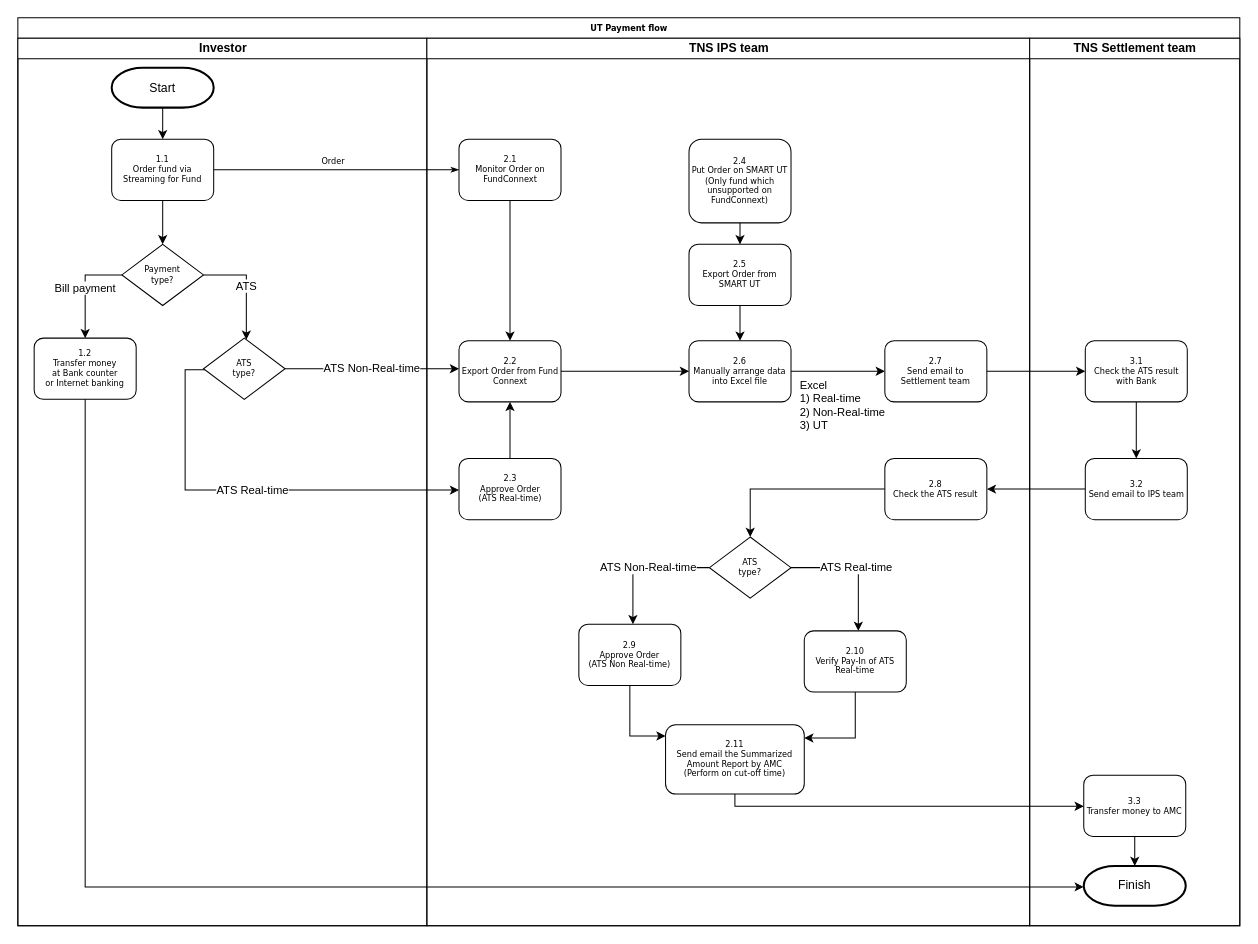
Above: page "Payment-AS-IS" (1 of 2) of UT Diagram.drawio in peerapongdev/diagrams (draw.io), before the change. Source tidied: cells renumbered, new cells numbered last; positions are measured from the earlier drawing's top-left corner, leaving out a move shared by most shapes. Both pictures are drawn from the tidied source at 102%, with x=0, y=0 at pixel (17, 17).
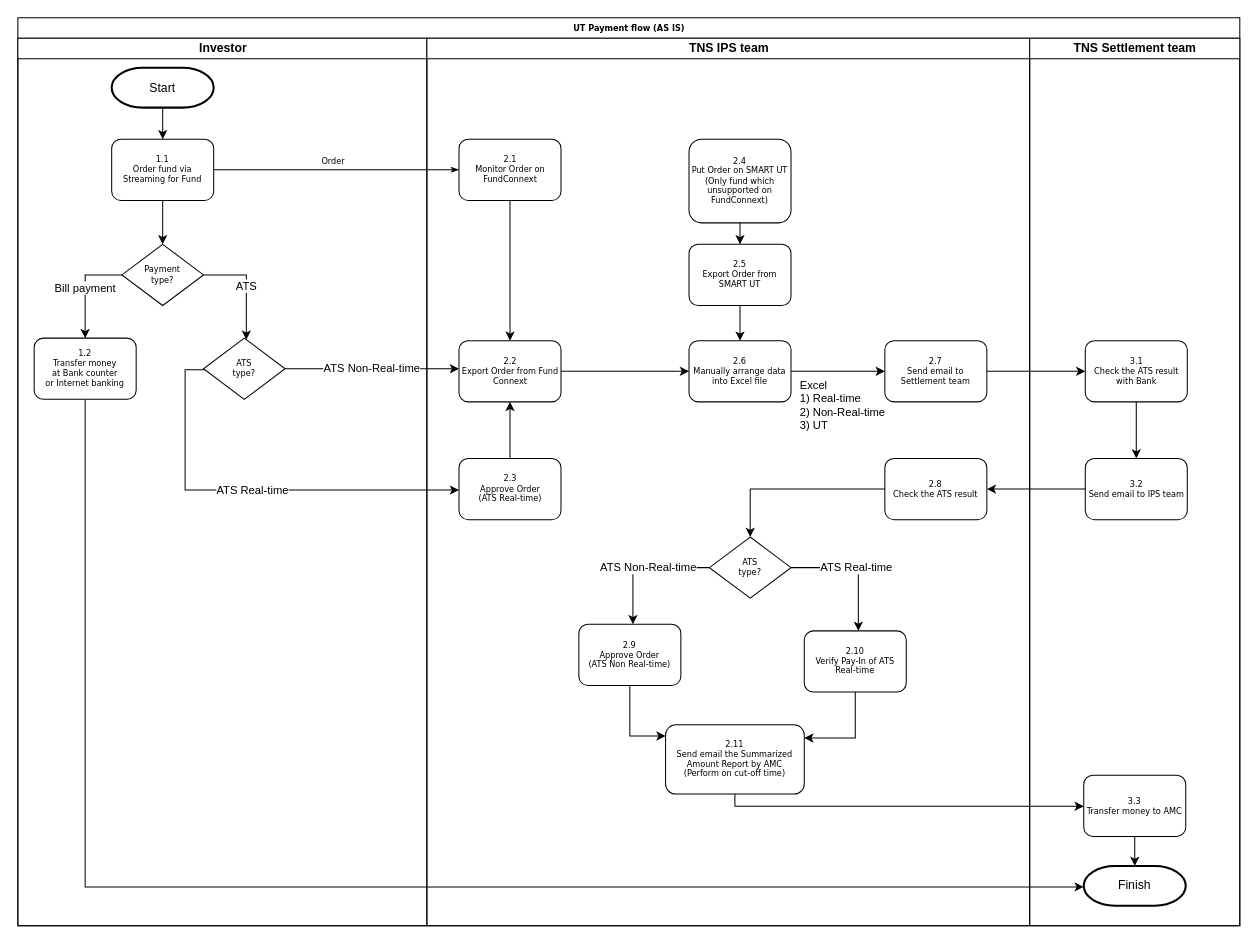
The same page after the edit.

Diff of the diagram source:
```diff
@@
-    <mxCell id="2" value="UT Payment flow" style="swimlane;html=1;startSize=20;rounded=0;shadow=0;labelBackgroundColor=none;strokeColor=#000000;strokeWidth=1;fillColor=#ffffff;fontFamily=Verdana;fontSize=8;fontColor=#000000;align=center;" parent="1" vertex="1">
+    <mxCell id="2" value="UT Payment flow (AS IS)" style="swimlane;html=1;startSize=20;rounded=0;shadow=0;labelBackgroundColor=none;strokeColor=#000000;strokeWidth=1;fillColor=#ffffff;fontFamily=Verdana;fontSize=8;fontColor=#000000;align=center;" parent="1" vertex="1">
       <mxGeometry width="1198" height="890" as="geometry" />
     </mxCell>
```
